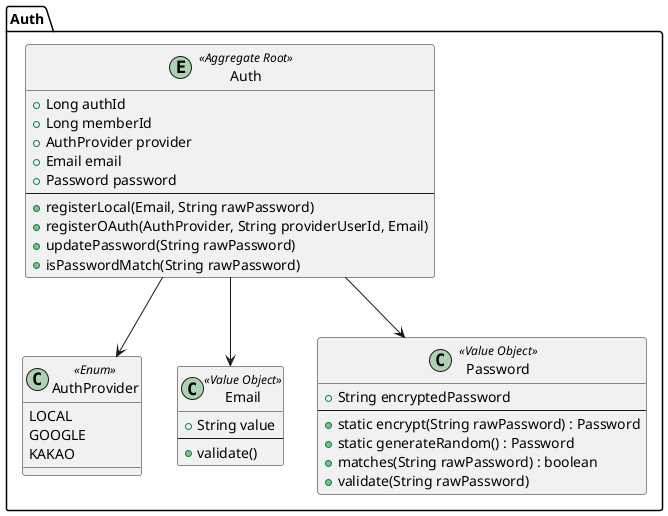
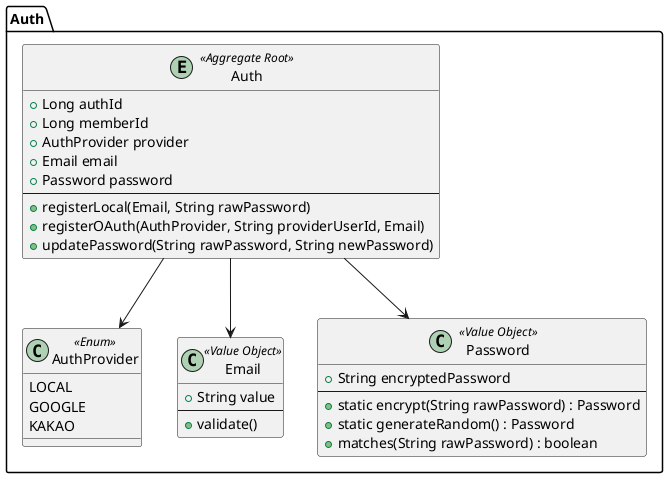
@startuml
package "Auth" {
  entity Auth <<Aggregate Root>> {
    +Long authId
    +Long memberId
    +AuthProvider provider
    +Email email
    +Password password
    --
    +registerLocal(Email, String rawPassword)
    +registerOAuth(AuthProvider, String providerUserId, Email)
-     +updatePassword(String rawPassword)
-     +isPasswordMatch(String rawPassword)
+     +updatePassword(String rawPassword, String newPassword)
  }

  class AuthProvider <<Enum>> {
    LOCAL
    GOOGLE
    KAKAO
  }

  class Email <<Value Object>> {
    +String value
    --
    +validate()
  }

  class Password <<Value Object>> {
    +String encryptedPassword
    --
    +static encrypt(String rawPassword) : Password
    +static generateRandom() : Password
    +matches(String rawPassword) : boolean
-     +validate(String rawPassword)
  }

  Auth --> AuthProvider
  Auth --> Email
  Auth --> Password
}
@enduml